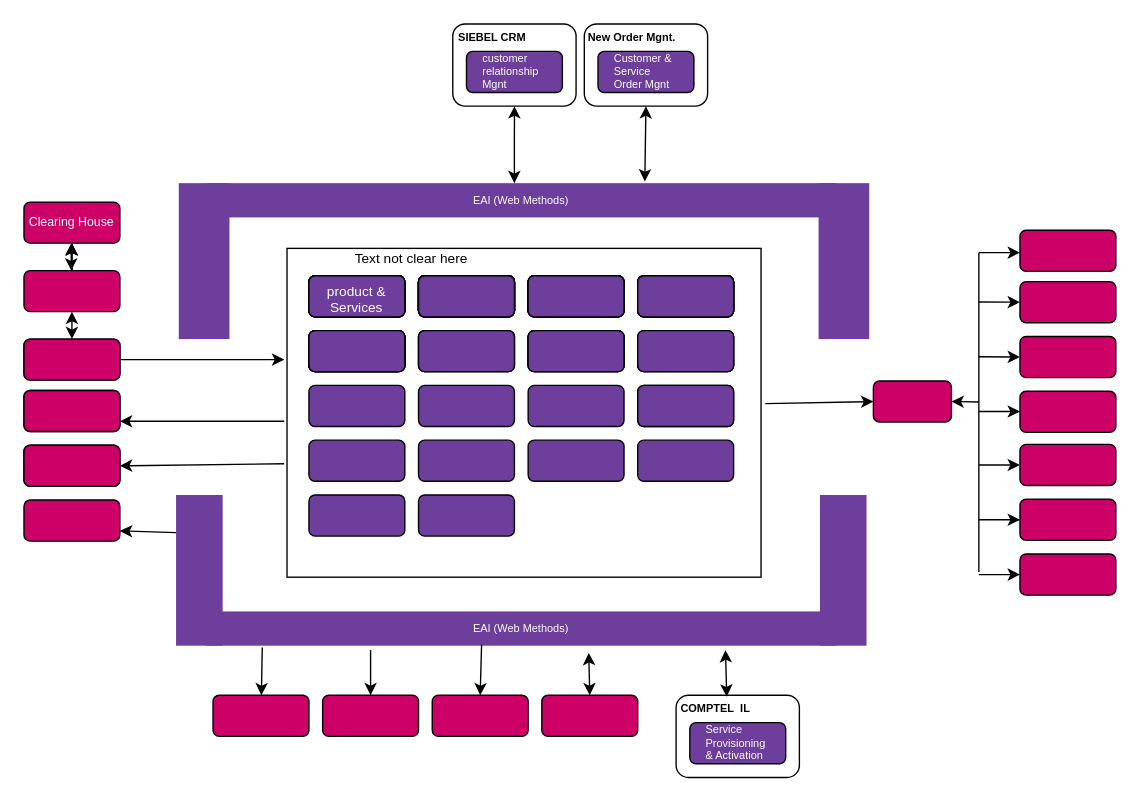
Earlier version of the draw.io diagram page "Page-1" (1 of 2) of Untitled Diagram.drawio (Nagasiva1905/Class9-10repo). Source tidied: cells renumbered, new cells numbered last; positions are measured from the earlier drawing's top-left corner, leaving out a move shared by most shapes. Both pictures are drawn from the tidied source at 137%, with x=0, y=0 at pixel (23, 23).
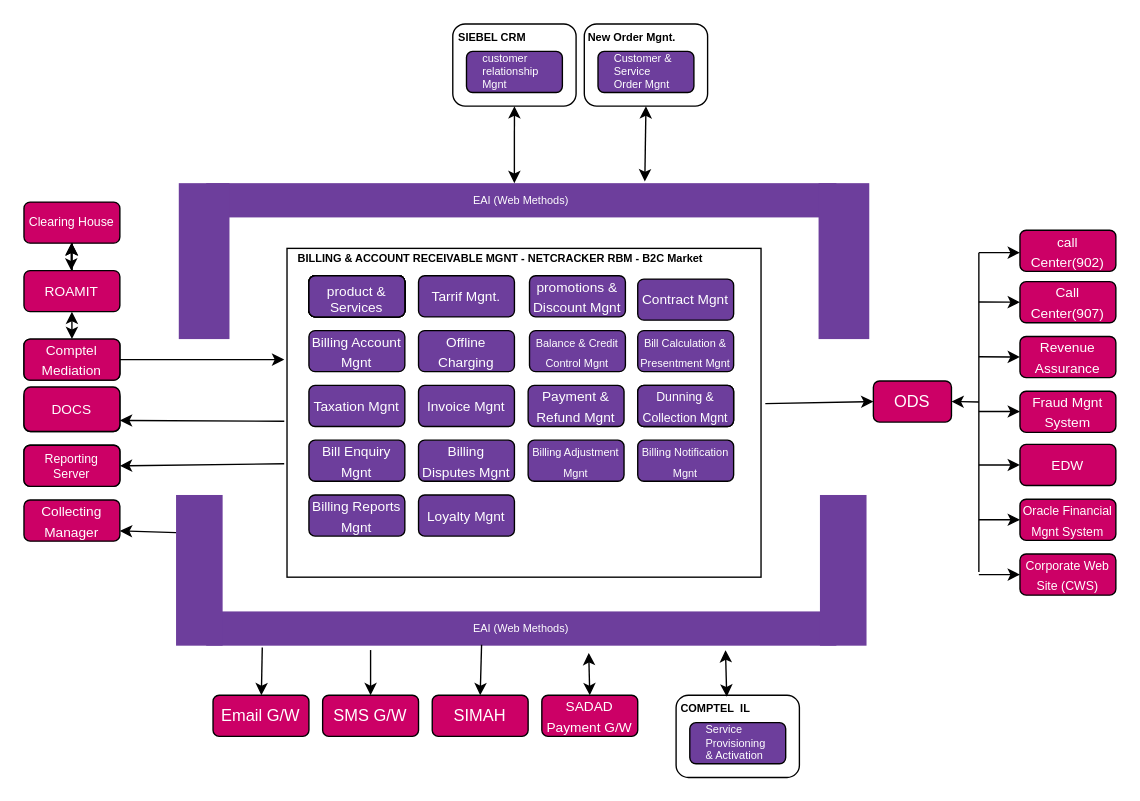
The same page after the edit.

Change to the diagram source:
```diff
@@
-    <mxCell id="4" style="rounded=1;whiteSpace=wrap;html=1;" parent="1" vertex="1">
-      <mxGeometry x="448" y="183.8" width="70" height="30" as="geometry" />
-    </mxCell>
-    <mxCell id="5" style="rounded=1;whiteSpace=wrap;html=1;" parent="1" vertex="1">
-      <mxGeometry x="368" y="183.8" width="70" height="30" as="geometry" />
-    </mxCell>
-    <mxCell id="6" style="rounded=1;whiteSpace=wrap;html=1;" parent="1" vertex="1">
-      <mxGeometry x="288" y="183.8" width="70" height="30" as="geometry" />
-    </mxCell>
@@
-    <mxCell id="8" style="rounded=1;whiteSpace=wrap;html=1;" parent="1" vertex="1">
-      <mxGeometry x="288" y="183.8" width="70" height="30" as="geometry" />
-    </mxCell>
-    <mxCell id="9" style="rounded=1;whiteSpace=wrap;html=1;fillColor=#B266FF;" parent="1" vertex="1">
-      <mxGeometry x="368" y="183.8" width="70" height="30" as="geometry" />
-    </mxCell>
-    <mxCell id="10" style="rounded=1;whiteSpace=wrap;html=1;" parent="1" vertex="1">
-      <mxGeometry x="208" y="223.8" width="70" height="30" as="geometry" />
-    </mxCell>
-    <mxCell id="11" style="rounded=1;whiteSpace=wrap;html=1;" parent="1" vertex="1">
-      <mxGeometry x="288" y="223.8" width="70" height="30" as="geometry" />
-    </mxCell>
-    <mxCell id="12" style="rounded=1;whiteSpace=wrap;html=1;" parent="1" vertex="1">
-      <mxGeometry x="368" y="223.8" width="70" height="30" as="geometry" />
-    </mxCell>
-    <mxCell id="13" style="rounded=1;whiteSpace=wrap;html=1;" parent="1" vertex="1">
-      <mxGeometry x="448" y="223.8" width="70" height="30" as="geometry" />
-    </mxCell>
-    <mxCell id="14" style="rounded=1;whiteSpace=wrap;html=1;" parent="1" vertex="1">
-      <mxGeometry x="448" y="223.8" width="70" height="30" as="geometry" />
-    </mxCell>
@@
-    <mxCell id="16" style="rounded=1;whiteSpace=wrap;html=1;" parent="1" vertex="1">
-      <mxGeometry x="208" y="223.8" width="70" height="30" as="geometry" />
-    </mxCell>
-    <mxCell id="17" style="rounded=1;whiteSpace=wrap;html=1;" parent="1" vertex="1">
-      <mxGeometry x="288" y="223.8" width="70" height="30" as="geometry" />
-    </mxCell>
-    <mxCell id="18" style="rounded=1;whiteSpace=wrap;html=1;" parent="1" vertex="1">
-      <mxGeometry x="288" y="183.8" width="70" height="30" as="geometry" />
-    </mxCell>
-    <mxCell id="19" style="rounded=1;whiteSpace=wrap;html=1;fillColor=#6D3E9C;" parent="1" vertex="1">
-      <mxGeometry x="448" y="223.8" width="70" height="30" as="geometry" />
+    <mxCell id="19" value="&lt;font color=&quot;#ffffff&quot; size=&quot;1&quot;&gt;Contract Mgnt&lt;/font&gt;" style="rounded=1;whiteSpace=wrap;html=1;fillColor=#6D3E9C;" parent="1" vertex="1">
+      <mxGeometry x="448" y="186.2" width="70" height="30" as="geometry" />
     </mxCell>
@@
-    <mxCell id="21" style="rounded=1;whiteSpace=wrap;html=1;fillColor=#B266FF;" parent="1" vertex="1">
-      <mxGeometry x="208" y="223.8" width="70" height="30" as="geometry" />
-    </mxCell>
-    <mxCell id="22" style="rounded=1;whiteSpace=wrap;html=1;fillColor=#6D3E9C;" parent="1" vertex="1">
-      <mxGeometry x="288" y="223.8" width="70" height="30" as="geometry" />
+    <mxCell id="22" value="&lt;font color=&quot;#ffffff&quot; style=&quot;font-size: 10px&quot;&gt;Billing Account Mgnt&lt;/font&gt;" style="rounded=1;whiteSpace=wrap;html=1;fillColor=#6D3E9C;" parent="1" vertex="1">
+      <mxGeometry x="208" y="223.8" width="70" height="30" as="geometry" />
     </mxCell>
-    <mxCell id="23" style="rounded=1;whiteSpace=wrap;html=1;" parent="1" vertex="1">
-      <mxGeometry x="288" y="183.8" width="70" height="30" as="geometry" />
-    </mxCell>
-    <mxCell id="24" style="rounded=1;whiteSpace=wrap;html=1;fillColor=#B266FF;" parent="1" vertex="1">
-      <mxGeometry x="368" y="223.8" width="70" height="30" as="geometry" />
-    </mxCell>
@@
-    <mxCell id="26" style="rounded=1;whiteSpace=wrap;html=1;fillColor=#6D3E9C;" parent="1" vertex="1">
+    <mxCell id="26" value="&lt;font color=&quot;#ffffff&quot; style=&quot;font-size: 10px&quot;&gt;Payment &amp;amp; Refund Mgnt&lt;/font&gt;" style="rounded=1;whiteSpace=wrap;html=1;fillColor=#6D3E9C;" parent="1" vertex="1">
       <mxGeometry x="368" y="263.8" width="70" height="30" as="geometry" />
     </mxCell>
-    <mxCell id="27" style="rounded=1;whiteSpace=wrap;html=1;fillColor=#6D3E9C;" parent="1" vertex="1">
+    <mxCell id="27" value="&lt;font color=&quot;#ffffff&quot; style=&quot;font-size: 8px&quot;&gt;Billing Notification Mgnt&lt;/font&gt;" style="rounded=1;whiteSpace=wrap;html=1;fillColor=#6D3E9C;" parent="1" vertex="1">
       <mxGeometry x="448" y="303.8" width="70" height="30" as="geometry" />
     </mxCell>
-    <mxCell id="28" style="rounded=1;whiteSpace=wrap;html=1;fillColor=#6D3E9C;" parent="1" vertex="1">
+    <mxCell id="28" value="Taxation Mgnt" style="rounded=1;whiteSpace=wrap;html=1;fillColor=#6D3E9C;fontColor=#FFFFFF;fontSize=10;" parent="1" vertex="1">
       <mxGeometry x="208" y="263.8" width="70" height="30" as="geometry" />
     </mxCell>
-    <mxCell id="29" style="rounded=1;whiteSpace=wrap;html=1;fillColor=#6D3E9C;" parent="1" vertex="1">
+    <mxCell id="29" value="&lt;font color=&quot;#ffffff&quot; style=&quot;font-size: 10px&quot;&gt;Bill Enquiry Mgnt&lt;/font&gt;" style="rounded=1;whiteSpace=wrap;html=1;fillColor=#6D3E9C;direction=east;" parent="1" vertex="1">
       <mxGeometry x="208" y="303.8" width="70" height="30" as="geometry" />
     </mxCell>
-    <mxCell id="30" style="rounded=1;whiteSpace=wrap;html=1;fillColor=#6D3E9C;" parent="1" vertex="1">
+    <mxCell id="30" value="&lt;font color=&quot;#ffffff&quot; style=&quot;font-size: 10px&quot;&gt;Billing Disputes Mgnt&lt;/font&gt;" style="rounded=1;whiteSpace=wrap;html=1;fillColor=#6D3E9C;" parent="1" vertex="1">
       <mxGeometry x="288" y="303.8" width="70" height="30" as="geometry" />
     </mxCell>
-    <mxCell id="31" style="rounded=1;whiteSpace=wrap;html=1;fillColor=#6D3E9C;" parent="1" vertex="1">
+    <mxCell id="31" value="&lt;font color=&quot;#ffffff&quot; size=&quot;1&quot;&gt;Invoice Mgnt&lt;/font&gt;" style="rounded=1;whiteSpace=wrap;html=1;fillColor=#6D3E9C;" parent="1" vertex="1">
       <mxGeometry x="288" y="263.8" width="70" height="30" as="geometry" />
     </mxCell>
-    <mxCell id="32" style="rounded=1;whiteSpace=wrap;html=1;fillColor=#6D3E9C;" parent="1" vertex="1">
+    <mxCell id="32" value="&lt;font color=&quot;#ffffff&quot; style=&quot;font-size: 8px&quot;&gt;Billing Adjustment Mgnt&lt;/font&gt;" style="rounded=1;whiteSpace=wrap;html=1;fillColor=#6D3E9C;" parent="1" vertex="1">
       <mxGeometry x="368" y="303.8" width="70" height="30" as="geometry" />
     </mxCell>
-    <mxCell id="33" style="rounded=1;whiteSpace=wrap;html=1;fillColor=#6D3E9C;" parent="1" vertex="1">
+    <mxCell id="33" value="&lt;font color=&quot;#ffffff&quot; style=&quot;font-size: 10px&quot;&gt;Billing Reports Mgnt&lt;/font&gt;" style="rounded=1;whiteSpace=wrap;html=1;fillColor=#6D3E9C;" parent="1" vertex="1">
       <mxGeometry x="208" y="343.8" width="70" height="30" as="geometry" />
     </mxCell>
-    <mxCell id="34" style="rounded=1;whiteSpace=wrap;html=1;fillColor=#6D3E9C;" parent="1" vertex="1">
+    <mxCell id="34" value="&lt;font color=&quot;#ffffff&quot; style=&quot;font-size: 10px&quot;&gt;Loyalty Mgnt&lt;/font&gt;" style="rounded=1;whiteSpace=wrap;html=1;fillColor=#6D3E9C;" parent="1" vertex="1">
       <mxGeometry x="288" y="343.8" width="70" height="30" as="geometry" />
     </mxCell>
@@
-    <mxCell id="36" style="rounded=1;whiteSpace=wrap;html=1;" parent="1" vertex="1">
-      <mxGeometry x="288" y="183.8" width="70" height="30" as="geometry" />
-    </mxCell>
@@
-    <mxCell id="38" style="rounded=1;whiteSpace=wrap;html=1;fillColor=#6D3E9C;" parent="1" vertex="1">
-      <mxGeometry x="288" y="183.8" width="70" height="30" as="geometry" />
-    </mxCell>
-    <mxCell id="39" style="rounded=1;whiteSpace=wrap;html=1;fillColor=#B266FF;" parent="1" vertex="1">
-      <mxGeometry x="448" y="183.8" width="70" height="30" as="geometry" />
-    </mxCell>
@@
-    <mxCell id="41" style="rounded=1;whiteSpace=wrap;html=1;fillColor=#6D3E9C;" parent="1" vertex="1">
-      <mxGeometry x="288" y="183.8" width="70" height="30" as="geometry" />
-    </mxCell>
-    <mxCell id="42" style="rounded=1;whiteSpace=wrap;html=1;fillColor=#B266FF;" parent="1" vertex="1">
-      <mxGeometry x="368" y="183.8" width="70" height="30" as="geometry" />
-    </mxCell>
-    <mxCell id="43" style="rounded=1;whiteSpace=wrap;html=1;fillColor=#6D3E9C;" parent="1" vertex="1">
-      <mxGeometry x="288" y="183.8" width="70" height="30" as="geometry" />
-    </mxCell>
-    <mxCell id="44" style="rounded=1;whiteSpace=wrap;html=1;fillColor=#B266FF;" parent="1" vertex="1">
-      <mxGeometry x="368" y="183.8" width="70" height="30" as="geometry" />
-    </mxCell>
-    <mxCell id="45" style="rounded=1;whiteSpace=wrap;html=1;fillColor=#B266FF;" parent="1" vertex="1">
-      <mxGeometry x="448" y="183.8" width="70" height="30" as="geometry" />
-    </mxCell>
-    <mxCell id="46" style="rounded=1;whiteSpace=wrap;html=1;fillColor=#B266FF;" parent="1" vertex="1">
-      <mxGeometry x="208" y="223.8" width="70" height="30" as="geometry" />
-    </mxCell>
-    <mxCell id="47" style="rounded=1;whiteSpace=wrap;html=1;fillColor=#6D3E9C;" parent="1" vertex="1">
-      <mxGeometry x="288" y="183.8" width="70" height="30" as="geometry" />
-    </mxCell>
-    <mxCell id="48" style="rounded=1;whiteSpace=wrap;html=1;fillColor=#B266FF;" parent="1" vertex="1">
-      <mxGeometry x="368" y="183.8" width="70" height="30" as="geometry" />
-    </mxCell>
-    <mxCell id="49" style="rounded=1;whiteSpace=wrap;html=1;fillColor=#B266FF;" parent="1" vertex="1">
-      <mxGeometry x="448" y="183.8" width="70" height="30" as="geometry" />
-    </mxCell>
-    <mxCell id="50" style="rounded=1;whiteSpace=wrap;html=1;fillColor=#B266FF;" parent="1" vertex="1">
-      <mxGeometry x="208" y="223.8" width="70" height="30" as="geometry" />
-    </mxCell>
-    <mxCell id="51" style="rounded=1;whiteSpace=wrap;html=1;fillColor=#B266FF;" parent="1" vertex="1">
-      <mxGeometry x="368" y="223.8" width="70" height="30" as="geometry" />
-    </mxCell>
-    <mxCell id="52" style="rounded=1;whiteSpace=wrap;html=1;fillColor=#6D3E9C;" parent="1" vertex="1">
-      <mxGeometry x="288" y="183.8" width="70" height="30" as="geometry" />
-    </mxCell>
-    <mxCell id="53" style="rounded=1;whiteSpace=wrap;html=1;fillColor=#6D3E9C;" parent="1" vertex="1">
-      <mxGeometry x="368" y="183.8" width="70" height="30" as="geometry" />
+    <mxCell id="53" value="&lt;font color=&quot;#ffffff&quot; size=&quot;1&quot;&gt;Tarrif Mgnt.&lt;/font&gt;" style="rounded=1;whiteSpace=wrap;html=1;fillColor=#6D3E9C;" parent="1" vertex="1">
+      <mxGeometry x="288" y="183.8" width="70" height="30" as="geometry" />
     </mxCell>
-    <mxCell id="54" style="rounded=1;whiteSpace=wrap;html=1;fillColor=#6D3E9C;" parent="1" vertex="1">
-      <mxGeometry x="448" y="183.8" width="70" height="30" as="geometry" />
+    <mxCell id="54" value="&lt;font color=&quot;#ffffff&quot; size=&quot;1&quot;&gt;promotions &amp;amp; Discount Mgnt&lt;/font&gt;" style="rounded=1;whiteSpace=wrap;html=1;fillColor=#6D3E9C;" parent="1" vertex="1">
+      <mxGeometry x="369" y="183.8" width="70" height="30" as="geometry" />
     </mxCell>
-    <mxCell id="55" style="rounded=1;whiteSpace=wrap;html=1;fillColor=#6D3E9C;" parent="1" vertex="1">
-      <mxGeometry x="208" y="223.8" width="70" height="30" as="geometry" />
+    <mxCell id="55" value="&lt;font color=&quot;#ffffff&quot; style=&quot;font-size: 8px&quot;&gt;Bill Calculation &amp;amp; Presentment Mgnt&lt;/font&gt;" style="rounded=1;whiteSpace=wrap;html=1;fillColor=#6D3E9C;" parent="1" vertex="1">
+      <mxGeometry x="448" y="223.8" width="70" height="30" as="geometry" />
     </mxCell>
-    <mxCell id="56" style="rounded=1;whiteSpace=wrap;html=1;fillColor=#6D3E9C;" parent="1" vertex="1">
-      <mxGeometry x="368" y="223.8" width="70" height="30" as="geometry" />
+    <mxCell id="56" value="&lt;font color=&quot;#ffffff&quot; style=&quot;font-size: 8px&quot;&gt;Balance &amp;amp; Credit Control Mgnt&lt;/font&gt;" style="rounded=1;whiteSpace=wrap;html=1;fillColor=#6D3E9C;" parent="1" vertex="1">
+      <mxGeometry x="369" y="223.8" width="70" height="30" as="geometry" />
     </mxCell>
-    <mxCell id="57" style="rounded=1;whiteSpace=wrap;html=1;fillColor=#6D3E9C;" parent="1" vertex="1">
+    <mxCell id="57" value="&lt;font color=&quot;#ffffff&quot; style=&quot;font-size: 9px&quot;&gt;Dunning &amp;amp; Collection Mgnt&lt;/font&gt;" style="rounded=1;whiteSpace=wrap;html=1;fillColor=#6D3E9C;" parent="1" vertex="1">
       <mxGeometry x="448" y="263.8" width="70" height="30" as="geometry" />
     </mxCell>
-    <mxCell id="58" value="Text not clear here" style="text;html=1;strokeColor=none;fillColor=none;align=center;verticalAlign=middle;whiteSpace=wrap;rounded=0;fontSize=10;fontColor=none;labelPosition=center;verticalLabelPosition=middle;" parent="1" vertex="1">
-      <mxGeometry x="208" y="163.8" width="150" height="15" as="geometry" />
+    <mxCell id="58" value="BILLING &amp;amp; ACCOUNT RECEIVABLE MGNT - NETCRACKER RBM - B2C Market" style="text;html=1;strokeColor=none;fillColor=none;align=center;verticalAlign=middle;whiteSpace=wrap;rounded=0;fontSize=8;fontColor=none;labelPosition=center;verticalLabelPosition=middle;fontStyle=1;" parent="1" vertex="1">
+      <mxGeometry x="192" y="163.8" width="312" height="15" as="geometry" />
     </mxCell>
@@
-    <mxCell id="72" style="rounded=1;whiteSpace=wrap;html=1;fillColor=#CC0066;" parent="1" vertex="1">
+    <mxCell id="72" value="&lt;font color=&quot;#ffffff&quot; style=&quot;font-size: 10px&quot;&gt;ROAMIT&lt;/font&gt;" style="rounded=1;whiteSpace=wrap;html=1;fillColor=#CC0066;" parent="1" vertex="1">
       <mxGeometry y="180" width="70" height="30" as="geometry" />
     </mxCell>
-    <mxCell id="73" style="rounded=1;whiteSpace=wrap;html=1;fillColor=#CC0066;" parent="1" vertex="1">
+    <mxCell id="73" value="&lt;font color=&quot;#ffffff&quot; style=&quot;font-size: 10px&quot;&gt;Collecting Manager&lt;/font&gt;" style="rounded=1;whiteSpace=wrap;html=1;fillColor=#CC0066;" parent="1" vertex="1">
       <mxGeometry y="347.5" width="70" height="30" as="geometry" />
     </mxCell>
@@
-    <mxCell id="82" style="rounded=1;whiteSpace=wrap;html=1;fillColor=#CC0066;" parent="1" vertex="1">
+    <mxCell id="82" value="&lt;font color=&quot;#ffffff&quot; style=&quot;font-size: 10px&quot;&gt;Comptel Mediation&lt;/font&gt;" style="rounded=1;whiteSpace=wrap;html=1;fillColor=#CC0066;" parent="1" vertex="1">
       <mxGeometry y="230" width="70" height="30" as="geometry" />
     </mxCell>
-    <mxCell id="83" style="rounded=1;whiteSpace=wrap;html=1;fillColor=#CC0066;" parent="1" vertex="1">
-      <mxGeometry y="267.5" width="70" height="30" as="geometry" />
+    <mxCell id="83" value="&lt;font style=&quot;font-size: 10px&quot;&gt;DOCS&lt;/font&gt;" style="rounded=1;whiteSpace=wrap;html=1;fillColor=#CC0066;fontColor=#FFFFFF;" parent="1" vertex="1">
+      <mxGeometry y="265" width="70" height="32.5" as="geometry" />
     </mxCell>
-    <mxCell id="84" style="rounded=1;whiteSpace=wrap;html=1;fillColor=#CC0066;" parent="1" vertex="1">
+    <mxCell id="84" value="Reporting Server" style="rounded=1;whiteSpace=wrap;html=1;fillColor=#CC0066;fontColor=#FFFFFF;fontSize=9;" parent="1" vertex="1">
       <mxGeometry y="307.5" width="70" height="30" as="geometry" />
     </mxCell>
-    <mxCell id="85" style="rounded=1;whiteSpace=wrap;html=1;fillColor=#CC0066;" parent="1" vertex="1">
+    <mxCell id="85" value="&lt;font color=&quot;#ffffff&quot; style=&quot;font-size: 10px&quot;&gt;Fraud Mgnt System&lt;/font&gt;" style="rounded=1;whiteSpace=wrap;html=1;fillColor=#CC0066;" parent="1" vertex="1">
       <mxGeometry x="727" y="268.1" width="70" height="30" as="geometry" />
     </mxCell>
-    <mxCell id="86" style="rounded=1;whiteSpace=wrap;html=1;fillColor=#CC0066;" parent="1" vertex="1">
+    <mxCell id="86" value="&lt;font color=&quot;#ffffff&quot; style=&quot;font-size: 10px&quot;&gt;call Center(902)&lt;/font&gt;" style="rounded=1;whiteSpace=wrap;html=1;fillColor=#CC0066;" parent="1" vertex="1">
       <mxGeometry x="727" y="150.6" width="70" height="30" as="geometry" />
     </mxCell>
-    <mxCell id="87" style="rounded=1;whiteSpace=wrap;html=1;fillColor=#CC0066;" parent="1" vertex="1">
+    <mxCell id="87" value="&lt;font style=&quot;font-size: 10px&quot;&gt;Call Center(907)&lt;/font&gt;" style="rounded=1;whiteSpace=wrap;html=1;fillColor=#CC0066;fontColor=#FFFFFF;" parent="1" vertex="1">
       <mxGeometry x="727" y="188.1" width="70" height="30" as="geometry" />
     </mxCell>
-    <mxCell id="88" style="rounded=1;whiteSpace=wrap;html=1;fillColor=#CC0066;" parent="1" vertex="1">
+    <mxCell id="88" value="&lt;font color=&quot;#ffffff&quot; style=&quot;font-size: 10px&quot;&gt;Revenue Assurance&lt;/font&gt;" style="rounded=1;whiteSpace=wrap;html=1;fillColor=#CC0066;" parent="1" vertex="1">
       <mxGeometry x="727" y="228.1" width="70" height="30" as="geometry" />
     </mxCell>
-    <mxCell id="89" style="rounded=1;whiteSpace=wrap;html=1;fillColor=#CC0066;" parent="1" vertex="1">
+    <mxCell id="89" value="&lt;font color=&quot;#ffffff&quot; style=&quot;font-size: 9px&quot;&gt;Corporate Web Site (CWS)&lt;/font&gt;" style="rounded=1;whiteSpace=wrap;html=1;fillColor=#CC0066;" parent="1" vertex="1">
       <mxGeometry x="727" y="386.9" width="70" height="30" as="geometry" />
     </mxCell>
-    <mxCell id="90" style="rounded=1;whiteSpace=wrap;html=1;fillColor=#CC0066;" parent="1" vertex="1">
+    <mxCell id="90" value="&lt;font color=&quot;#ffffff&quot; style=&quot;font-size: 10px&quot;&gt;EDW&lt;/font&gt;" style="rounded=1;whiteSpace=wrap;html=1;fillColor=#CC0066;" parent="1" vertex="1">
       <mxGeometry x="727" y="306.9" width="70" height="30" as="geometry" />
     </mxCell>
-    <mxCell id="91" style="rounded=1;whiteSpace=wrap;html=1;fillColor=#CC0066;" parent="1" vertex="1">
+    <mxCell id="91" value="&lt;font color=&quot;#ffffff&quot; style=&quot;font-size: 9px&quot;&gt;Oracle Financial Mgnt System&lt;/font&gt;" style="rounded=1;whiteSpace=wrap;html=1;fillColor=#CC0066;" parent="1" vertex="1">
       <mxGeometry x="727" y="346.9" width="70" height="30" as="geometry" />
     </mxCell>
-    <mxCell id="92" style="rounded=1;whiteSpace=wrap;html=1;fillColor=#CC0066;" parent="1" vertex="1">
+    <mxCell id="92" value="&lt;font color=&quot;#ffffff&quot;&gt;ODS&lt;/font&gt;" style="rounded=1;whiteSpace=wrap;html=1;fillColor=#CC0066;" parent="1" vertex="1">
       <mxGeometry x="620" y="260.6" width="57" height="30" as="geometry" />
     </mxCell>
@@
-    <mxCell id="108" style="rounded=1;whiteSpace=wrap;html=1;fillColor=#CC0066;" parent="1" vertex="1">
+    <mxCell id="108" value="&lt;font color=&quot;#ffffff&quot;&gt;Email G/W&lt;/font&gt;" style="rounded=1;whiteSpace=wrap;html=1;fillColor=#CC0066;" parent="1" vertex="1">
       <mxGeometry x="138" y="490" width="70" height="30" as="geometry" />
     </mxCell>
-    <mxCell id="109" style="rounded=1;whiteSpace=wrap;html=1;fillColor=#CC0066;" parent="1" vertex="1">
+    <mxCell id="109" value="&lt;font color=&quot;#ffffff&quot;&gt;SMS G/W&lt;/font&gt;" style="rounded=1;whiteSpace=wrap;html=1;fillColor=#CC0066;" parent="1" vertex="1">
       <mxGeometry x="218" y="490" width="70" height="30" as="geometry" />
     </mxCell>
-    <mxCell id="110" style="rounded=1;whiteSpace=wrap;html=1;fillColor=#CC0066;" parent="1" vertex="1">
+    <mxCell id="110" value="&lt;font color=&quot;#ffffff&quot;&gt;SIMAH&lt;/font&gt;" style="rounded=1;whiteSpace=wrap;html=1;fillColor=#CC0066;" parent="1" vertex="1">
       <mxGeometry x="298" y="490" width="70" height="30" as="geometry" />
     </mxCell>
-    <mxCell id="111" style="rounded=1;whiteSpace=wrap;html=1;fillColor=#CC0066;" parent="1" vertex="1">
+    <mxCell id="111" value="&lt;font color=&quot;#ffffff&quot; style=&quot;font-size: 10px&quot;&gt;SADAD Payment G/W&lt;/font&gt;" style="rounded=1;whiteSpace=wrap;html=1;fillColor=#CC0066;" parent="1" vertex="1">
       <mxGeometry x="378" y="490" width="70" height="30" as="geometry" />
     </mxCell>
@@
+    <mxCell id="127" value="&lt;font color=&quot;#ffffff&quot; size=&quot;1&quot;&gt;Offline Charging&lt;/font&gt;" style="rounded=1;whiteSpace=wrap;html=1;fillColor=#6D3E9C;" parent="1" vertex="1">
+      <mxGeometry x="288" y="223.8" width="70" height="30" as="geometry" />
+    </mxCell>
```
